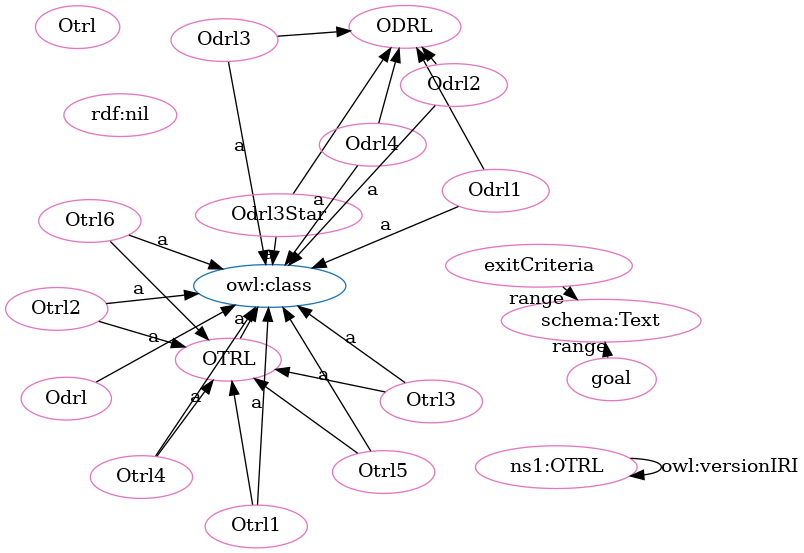
Above: OTRL-clean.png in OPEN-NEXT/OKH-LOSH (Graphviz), before the change. Its source is kept beside it as OTRL-clean.dot.
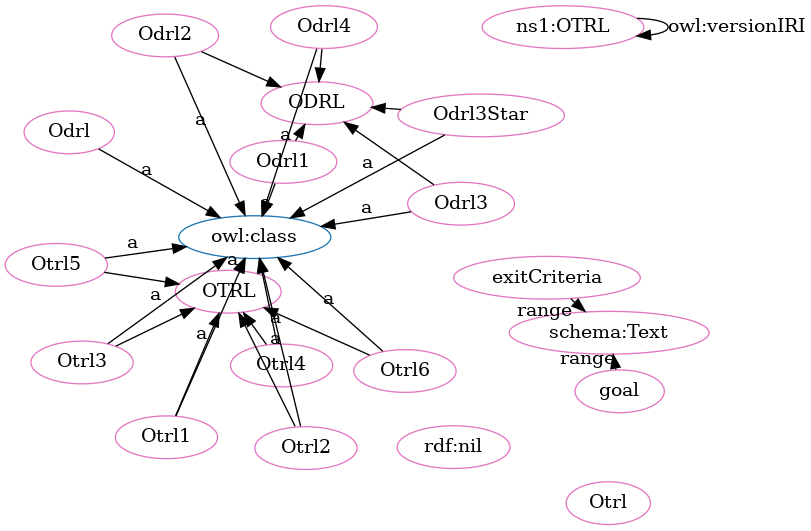
Above is the later version.

The edit, as a diff of the source:
```diff
@@ -1,54 +1,54 @@
 digraph G {
   rankdir=BT
   node[height=.3]
-"http://purl.org/oseg/ontologies/OTRL#OTRL" [fillcolor="#1f77b4" color="#1f77b4" label="OTRL"]
 "http://purl.org/oseg/ontologies/OTRL#ODRL" [fillcolor="#1f77b4" color="#1f77b4" label="ODRL"]
 "http://www.w3.org/2002/07/owl#class" [fillcolor="#1f77b4" color="#1f77b4" label="owl:class"]
+"http://purl.org/oseg/ontologies/OTRL#OTRL" [fillcolor="#1f77b4" color="#1f77b4" label="OTRL"]
+"http://purl.org/oseg/ontologies/OTRL#Odrl" [fillcolor="#e377c2" color="#e377c2" label="Odrl"]
+"http://purl.org/oseg/ontologies/OTRL#ODRL" [fillcolor="#e377c2" color="#e377c2" label="ODRL"]
+"http://purl.org/oseg/ontologies/OTRL#Odrl3" [fillcolor="#e377c2" color="#e377c2" label="Odrl3"]
+"http://purl.org/oseg/ontologies/OTRL#exitCriteria" [fillcolor="#e377c2" color="#e377c2" label="exitCriteria"]
+"http://schema.org/Text" [fillcolor="#e377c2" color="#e377c2" label="schema:Text"]
+"http://purl.org/oseg/ontologies/OTRL#Odrl1" [fillcolor="#e377c2" color="#e377c2" label="Odrl1"]
+"http://purl.org/oseg/ontologies/OTRL#OTRL" [fillcolor="#e377c2" color="#e377c2" label="OTRL"]
+"http://purl.org/oseg/ontologies/OTRL#Otrl1" [fillcolor="#e377c2" color="#e377c2" label="Otrl1"]
+"http://purl.org/oseg/ontologies/OTRL#Otrl" [fillcolor="#e377c2" color="#e377c2" label="Otrl"]
+"http://purl.org/oseg/ontologies/OTRL#Otrl6" [fillcolor="#e377c2" color="#e377c2" label="Otrl6"]
 "http://purl.org/oseg/ontologies/OTRL" [fillcolor="#e377c2" color="#e377c2" label="ns1:OTRL"]
-"http://purl.org/oseg/ontologies/OTRL#ODRL" [fillcolor="#e377c2" color="#e377c2" label="ODRL"]
-"http://purl.org/oseg/ontologies/OTRL#exitCriteria" [fillcolor="#e377c2" color="#e377c2" label="exitCriteria"]
-"http://purl.org/oseg/ontologies/OTRL#OTRL" [fillcolor="#e377c2" color="#e377c2" label="OTRL"]
-"http://schema.org/Text" [fillcolor="#e377c2" color="#e377c2" label="schema:Text"]
-"http://purl.org/oseg/ontologies/OTRL#Odrl3" [fillcolor="#e377c2" color="#e377c2" label="Odrl3"]
-"http://purl.org/oseg/ontologies/OTRL#Otrl" [fillcolor="#e377c2" color="#e377c2" label="Otrl"]
+"http://purl.org/oseg/ontologies/OTRL#Otrl5" [fillcolor="#e377c2" color="#e377c2" label="Otrl5"]
+"http://purl.org/oseg/ontologies/OTRL#Otrl4" [fillcolor="#e377c2" color="#e377c2" label="Otrl4"]
+"http://purl.org/oseg/ontologies/OTRL#Otrl2" [fillcolor="#e377c2" color="#e377c2" label="Otrl2"]
 "http://purl.org/oseg/ontologies/OTRL#Otrl3" [fillcolor="#e377c2" color="#e377c2" label="Otrl3"]
-"http://purl.org/oseg/ontologies/OTRL#Otrl2" [fillcolor="#e377c2" color="#e377c2" label="Otrl2"]
 "http://purl.org/oseg/ontologies/OTRL#Odrl3Star" [fillcolor="#e377c2" color="#e377c2" label="Odrl3Star"]
-"http://purl.org/oseg/ontologies/OTRL#Otrl4" [fillcolor="#e377c2" color="#e377c2" label="Otrl4"]
-"http://purl.org/oseg/ontologies/OTRL#Otrl6" [fillcolor="#e377c2" color="#e377c2" label="Otrl6"]
-"http://purl.org/oseg/ontologies/OTRL#Odrl" [fillcolor="#e377c2" color="#e377c2" label="Odrl"]
-"http://purl.org/oseg/ontologies/OTRL#Otrl1" [fillcolor="#e377c2" color="#e377c2" label="Otrl1"]
+"http://purl.org/oseg/ontologies/OTRL#Odrl4" [fillcolor="#e377c2" color="#e377c2" label="Odrl4"]
+"http://purl.org/oseg/ontologies/OTRL#goal" [fillcolor="#e377c2" color="#e377c2" label="goal"]
 "http://www.w3.org/1999/02/22-rdf-syntax-ns#nil" [fillcolor="#e377c2" color="#e377c2" label="rdf:nil"]
-"http://purl.org/oseg/ontologies/OTRL#Odrl4" [fillcolor="#e377c2" color="#e377c2" label="Odrl4"]
-"http://purl.org/oseg/ontologies/OTRL#Odrl1" [fillcolor="#e377c2" color="#e377c2" label="Odrl1"]
-"http://purl.org/oseg/ontologies/OTRL#Otrl5" [fillcolor="#e377c2" color="#e377c2" label="Otrl5"]
 "http://purl.org/oseg/ontologies/OTRL#Odrl2" [fillcolor="#e377c2" color="#e377c2" label="Odrl2"]
-"http://purl.org/oseg/ontologies/OTRL#goal" [fillcolor="#e377c2" color="#e377c2" label="goal"]
+  "http://purl.org/oseg/ontologies/OTRL#Odrl3" -> "http://purl.org/oseg/ontologies/OTRL#ODRL" [label=""]
+  "http://purl.org/oseg/ontologies/OTRL#Odrl3" -> "http://www.w3.org/2002/07/owl#class" [label="a"]
+  "http://purl.org/oseg/ontologies/OTRL#Odrl1" -> "http://www.w3.org/2002/07/owl#class" [label="a"]
+  "http://purl.org/oseg/ontologies/OTRL#Otrl1" -> "http://www.w3.org/2002/07/owl#class" [label="a"]
+  "http://purl.org/oseg/ontologies/OTRL#Odrl1" -> "http://purl.org/oseg/ontologies/OTRL#ODRL" [label=""]
+  "http://purl.org/oseg/ontologies/OTRL#Otrl2" -> "http://purl.org/oseg/ontologies/OTRL#OTRL" [label=""]
+  "http://purl.org/oseg/ontologies/OTRL#Otrl5" -> "http://www.w3.org/2002/07/owl#class" [label="a"]
+  "http://purl.org/oseg/ontologies/OTRL#Otrl2" -> "http://www.w3.org/2002/07/owl#class" [label="a"]
+  "http://purl.org/oseg/ontologies/OTRL#exitCriteria" -> "http://schema.org/Text" [label="range"]
+  "http://purl.org/oseg/ontologies/OTRL#Odrl4" -> "http://purl.org/oseg/ontologies/OTRL#ODRL" [label=""]
+  "http://purl.org/oseg/ontologies/OTRL#Odrl3Star" -> "http://www.w3.org/2002/07/owl#class" [label="a"]
+  "http://purl.org/oseg/ontologies/OTRL#Odrl4" -> "http://www.w3.org/2002/07/owl#class" [label="a"]
+  "http://purl.org/oseg/ontologies/OTRL#Otrl5" -> "http://purl.org/oseg/ontologies/OTRL#OTRL" [label=""]
+  "http://purl.org/oseg/ontologies/OTRL#Odrl" -> "http://www.w3.org/2002/07/owl#class" [label="a"]
+  "http://purl.org/oseg/ontologies/OTRL" -> "http://purl.org/oseg/ontologies/OTRL" [label="owl:versionIRI"]
   "http://purl.org/oseg/ontologies/OTRL#Odrl3Star" -> "http://purl.org/oseg/ontologies/OTRL#ODRL" [label=""]
-  "http://purl.org/oseg/ontologies/OTRL" -> "http://purl.org/oseg/ontologies/OTRL" [label="owl:versionIRI"]
-  "http://purl.org/oseg/ontologies/OTRL#Otrl2" -> "http://purl.org/oseg/ontologies/OTRL#OTRL" [label=""]
+  "http://purl.org/oseg/ontologies/OTRL#goal" -> "http://schema.org/Text" [label="range"]
+  "http://purl.org/oseg/ontologies/OTRL#Otrl1" -> "http://purl.org/oseg/ontologies/OTRL#OTRL" [label=""]
+  "http://purl.org/oseg/ontologies/OTRL#Otrl6" -> "http://purl.org/oseg/ontologies/OTRL#OTRL" [label=""]
+  "http://purl.org/oseg/ontologies/OTRL#OTRL" -> "http://www.w3.org/2002/07/owl#class" [label="a"]
+  "http://purl.org/oseg/ontologies/OTRL#Otrl6" -> "http://www.w3.org/2002/07/owl#class" [label="a"]
+  "http://purl.org/oseg/ontologies/OTRL#Otrl4" -> "http://www.w3.org/2002/07/owl#class" [label="a"]
+  "http://purl.org/oseg/ontologies/OTRL#Otrl3" -> "http://www.w3.org/2002/07/owl#class" [label="a"]
+  "http://purl.org/oseg/ontologies/OTRL#Otrl4" -> "http://purl.org/oseg/ontologies/OTRL#OTRL" [label=""]
   "http://purl.org/oseg/ontologies/OTRL#Otrl3" -> "http://purl.org/oseg/ontologies/OTRL#OTRL" [label=""]
-  "http://purl.org/oseg/ontologies/OTRL#Otrl4" -> "http://purl.org/oseg/ontologies/OTRL#OTRL" [label=""]
-  "http://purl.org/oseg/ontologies/OTRL#Otrl1" -> "http://purl.org/oseg/ontologies/OTRL#OTRL" [label=""]
-  "http://purl.org/oseg/ontologies/OTRL#Odrl3" -> "http://www.w3.org/2002/07/owl#class" [label="a"]
-  "http://purl.org/oseg/ontologies/OTRL#Otrl3" -> "http://www.w3.org/2002/07/owl#class" [label="a"]
-  "http://purl.org/oseg/ontologies/OTRL#Otrl5" -> "http://purl.org/oseg/ontologies/OTRL#OTRL" [label=""]
-  "http://purl.org/oseg/ontologies/OTRL#Odrl3Star" -> "http://www.w3.org/2002/07/owl#class" [label="a"]
-  "http://purl.org/oseg/ontologies/OTRL#Otrl6" -> "http://www.w3.org/2002/07/owl#class" [label="a"]
-  "http://purl.org/oseg/ontologies/OTRL#goal" -> "http://schema.org/Text" [label="range"]
-  "http://purl.org/oseg/ontologies/OTRL#Odrl1" -> "http://www.w3.org/2002/07/owl#class" [label="a"]
+  "http://purl.org/oseg/ontologies/OTRL#Odrl2" -> "http://purl.org/oseg/ontologies/OTRL#ODRL" [label=""]
   "http://purl.org/oseg/ontologies/OTRL#Odrl2" -> "http://www.w3.org/2002/07/owl#class" [label="a"]
-  "http://purl.org/oseg/ontologies/OTRL#Odrl1" -> "http://purl.org/oseg/ontologies/OTRL#ODRL" [label=""]
-  "http://purl.org/oseg/ontologies/OTRL#Odrl2" -> "http://purl.org/oseg/ontologies/OTRL#ODRL" [label=""]
-  "http://purl.org/oseg/ontologies/OTRL#Odrl3" -> "http://purl.org/oseg/ontologies/OTRL#ODRL" [label=""]
-  "http://purl.org/oseg/ontologies/OTRL#Otrl6" -> "http://purl.org/oseg/ontologies/OTRL#OTRL" [label=""]
-  "http://purl.org/oseg/ontologies/OTRL#exitCriteria" -> "http://schema.org/Text" [label="range"]
-  "http://purl.org/oseg/ontologies/OTRL#Otrl2" -> "http://www.w3.org/2002/07/owl#class" [label="a"]
-  "http://purl.org/oseg/ontologies/OTRL#Otrl4" -> "http://www.w3.org/2002/07/owl#class" [label="a"]
-  "http://purl.org/oseg/ontologies/OTRL#Otrl1" -> "http://www.w3.org/2002/07/owl#class" [label="a"]
-  "http://purl.org/oseg/ontologies/OTRL#Odrl" -> "http://www.w3.org/2002/07/owl#class" [label="a"]
-  "http://purl.org/oseg/ontologies/OTRL#Odrl4" -> "http://www.w3.org/2002/07/owl#class" [label="a"]
-  "http://purl.org/oseg/ontologies/OTRL#Odrl4" -> "http://purl.org/oseg/ontologies/OTRL#ODRL" [label=""]
-  "http://purl.org/oseg/ontologies/OTRL#Otrl5" -> "http://www.w3.org/2002/07/owl#class" [label="a"]
-  "http://purl.org/oseg/ontologies/OTRL#OTRL" -> "http://www.w3.org/2002/07/owl#class" [label="a"]
 }
```
